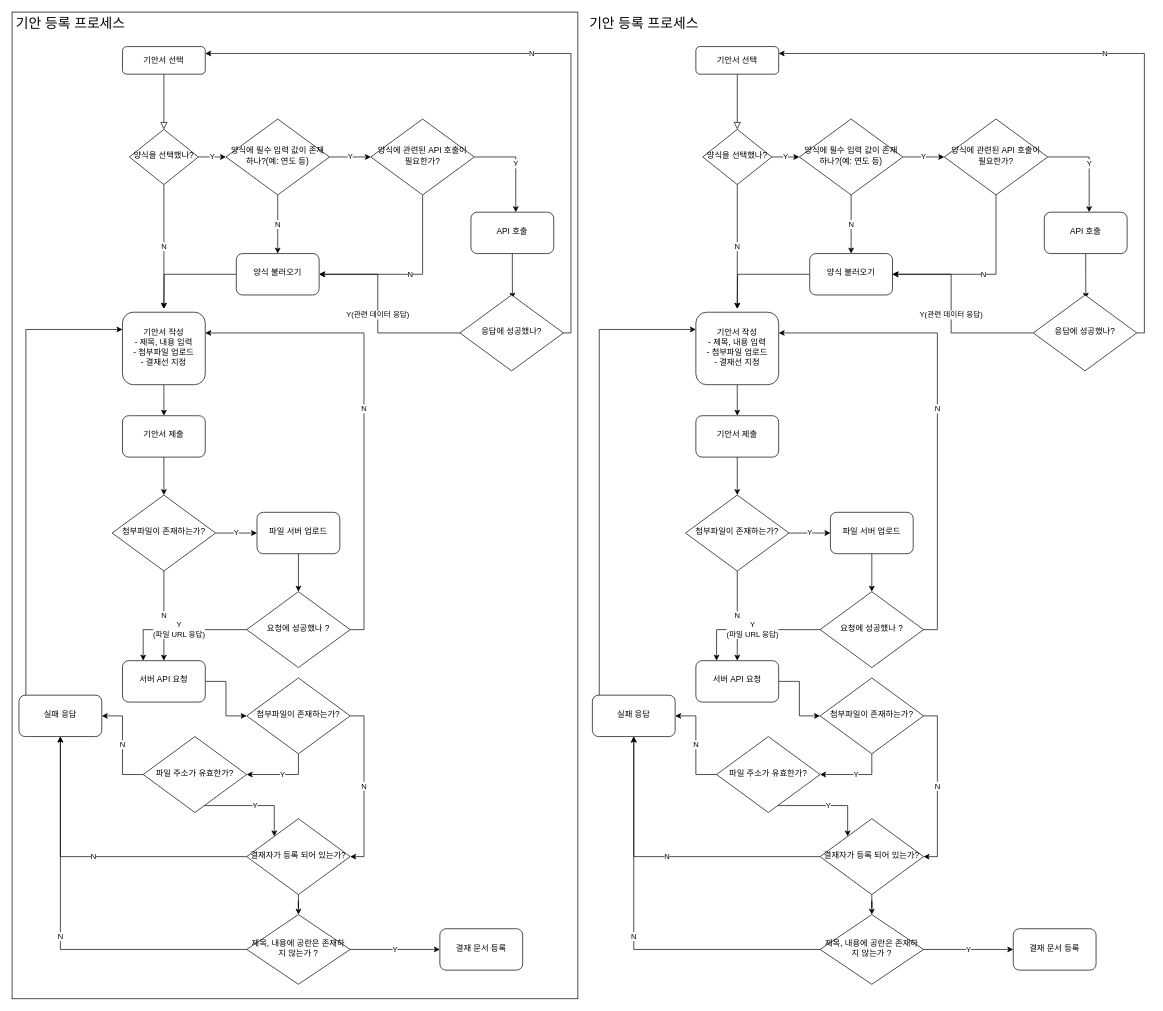
Before: approval_flow_chart.drawio in kikii-develope/system_architecture_design, a draw.io diagram. Source tidied: cells renumbered, new cells numbered last; positions are measured from the earlier drawing's top-left corner, leaving out a move shared by most shapes. Both pictures are drawn from the tidied source at 69%, with x=0, y=0 at pixel (12, 12).
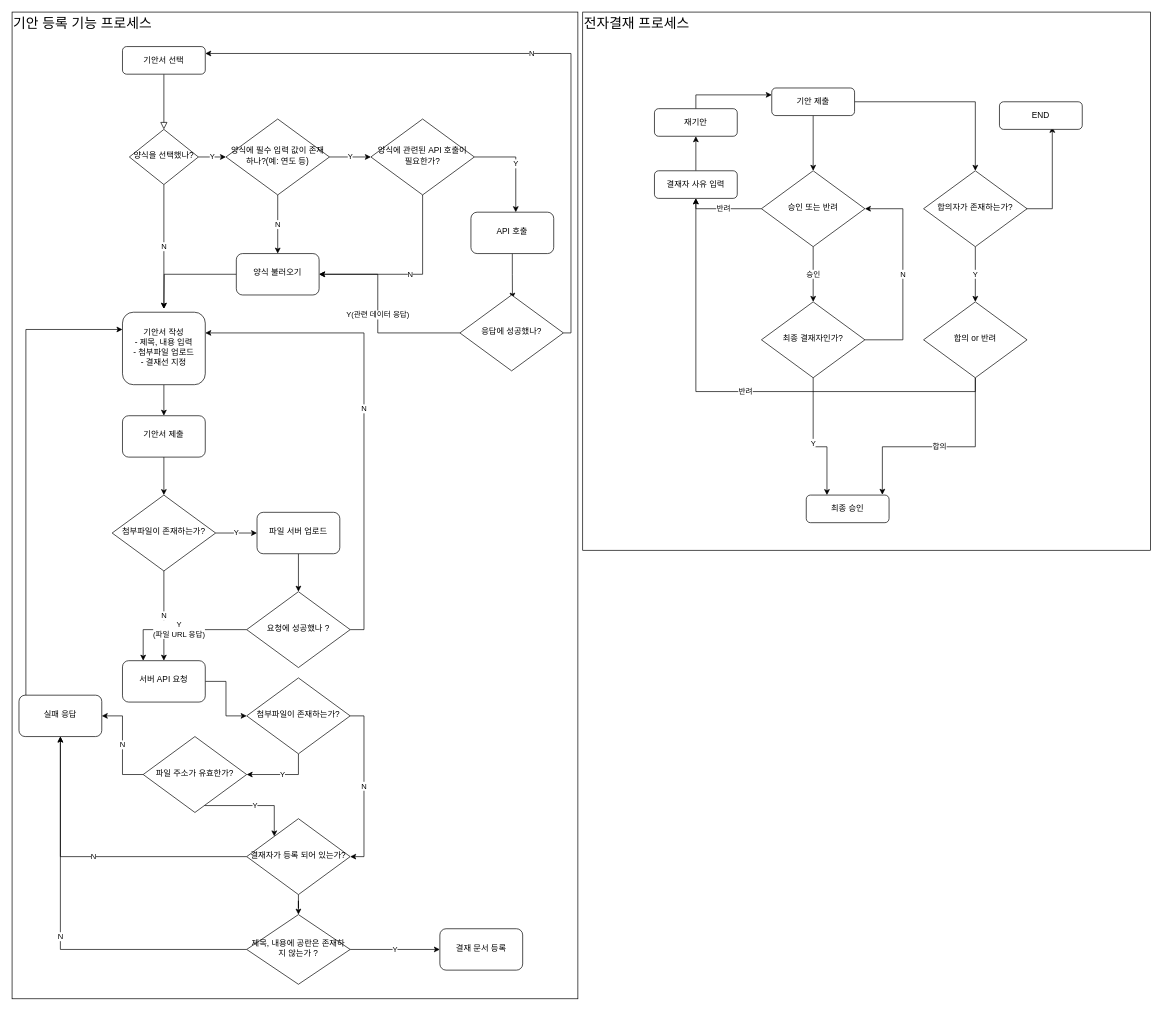
The same page after the edit.

Commit message:
전자결재 프로세스 플로우차트 설계

Unchanged cells that the change refers to:
```xml
<mxCell id="50" style="group;" parent="1" vertex="1">
  <mxGeometry width="820" height="1430" as="geometry" />
</mxCell>
```

The edit, as a diff of the source:
```diff
@@
-    <mxCell id="2" style="rounded=0;html=1;jettySize=auto;fontSize=11;endArrow=block;endFill=0;endSize=8;strokeWidth=1;shadow=0;labelBackgroundColor=none;edgeStyle=orthogonalEdgeStyle;" parent="1" edge="1" source="3" target="5">
-      <mxGeometry relative="1" as="geometry" />
-    </mxCell>
+    <mxCell id="100" style="rounded=0;whiteSpace=wrap;html=1;" parent="1" vertex="1">
+      <mxGeometry x="827" width="823" height="780" as="geometry" />
+    </mxCell>
+    <mxCell id="101" style="edgeStyle=orthogonalEdgeStyle;rounded=0;jettySize=auto;html=1;" parent="1" edge="1" source="3" target="105">
+      <mxGeometry relative="1" as="geometry" />
+    </mxCell>
+    <mxCell id="102" style="edgeStyle=orthogonalEdgeStyle;rounded=0;jettySize=auto;html=1;entryX=0.5;entryY=0;entryDx=0;entryDy=0;" parent="1" edge="1" source="3" target="115">
+      <mxGeometry relative="1" as="geometry" />
+    </mxCell>
-    <mxCell id="3" value="기안서 선택" style="rounded=1;whiteSpace=wrap;html=1;fontSize=12;glass=0;strokeWidth=1;shadow=0;" parent="1" vertex="1">
-      <mxGeometry x="991" y="50" width="120" height="40" as="geometry" />
+    <mxCell id="3" value="기안 제출" style="rounded=1;whiteSpace=wrap;html=1;fontSize=12;glass=0;strokeWidth=1;shadow=0;" parent="1" vertex="1">
+      <mxGeometry x="1101" y="110" width="120" height="40" as="geometry" />
     </mxCell>
-    <mxCell id="4" value="N" style="edgeStyle=orthogonalEdgeStyle;rounded=0;jettySize=auto;html=1;" parent="1" edge="1" source="5">
-      <mxGeometry relative="1" as="geometry">
-        <mxPoint x="1051" y="430" as="targetPoint" />
-      </mxGeometry>
-    </mxCell>
-    <mxCell id="5" value="양식을 선택했나?" style="rhombus;whiteSpace=wrap;html=1;shadow=0;fontFamily=Helvetica;fontSize=12;align=center;strokeWidth=1;spacing=6;spacingTop=-4;" parent="1" vertex="1">
-      <mxGeometry x="1001" y="170" width="100" height="80" as="geometry" />
-    </mxCell>
-    <mxCell id="6" value="N" style="edgeStyle=orthogonalEdgeStyle;rounded=0;jettySize=auto;html=1;" parent="1" edge="1" source="7" target="9">
-      <mxGeometry relative="1" as="geometry" />
-    </mxCell>
-    <mxCell id="7" value="양식에 필수 입력 값이 존재하나?(예: 연도 등)" style="rhombus;whiteSpace=wrap;html=1;shadow=0;fontFamily=Helvetica;fontSize=12;align=center;strokeWidth=1;spacing=6;spacingTop=-4;" parent="1" vertex="1">
-      <mxGeometry x="1141" y="155" width="150" height="110" as="geometry" />
-    </mxCell>
-    <mxCell id="8" style="edgeStyle=orthogonalEdgeStyle;rounded=0;jettySize=auto;html=1;" parent="1" edge="1" source="9">
-      <mxGeometry relative="1" as="geometry">
-        <mxPoint x="1051" y="430" as="targetPoint" />
-      </mxGeometry>
-    </mxCell>
-    <mxCell id="9" value="양식 불러오기" style="rounded=1;whiteSpace=wrap;html=1;shadow=0;strokeWidth=1;spacing=6;spacingTop=-4;" parent="1" vertex="1">
-      <mxGeometry x="1156" y="350" width="120" height="60" as="geometry" />
-    </mxCell>
-    <mxCell id="10" value="Y" style="edgeStyle=orthogonalEdgeStyle;rounded=0;jettySize=auto;html=1;entryX=0;entryY=0.5;entryDx=0;entryDy=0;" parent="1" edge="1" source="5" target="7">
-      <mxGeometry relative="1" as="geometry" />
-    </mxCell>
-    <mxCell id="11" value="Y" style="edgeStyle=orthogonalEdgeStyle;rounded=0;jettySize=auto;html=1;" parent="1" edge="1" source="7" target="13">
-      <mxGeometry relative="1" as="geometry" />
-    </mxCell>
-    <mxCell id="12" value="Y" style="edgeStyle=orthogonalEdgeStyle;rounded=0;jettySize=auto;html=1;" parent="1" edge="1" source="13" target="16">
-      <mxGeometry relative="1" as="geometry">
-        <Array as="points">
-          <mxPoint x="1561" y="210" />
-        </Array>
-      </mxGeometry>
-    </mxCell>
-    <mxCell id="13" value="양식에 관련된 API 호출이 필요한가?" style="rhombus;whiteSpace=wrap;html=1;shadow=0;fontFamily=Helvetica;fontSize=12;align=center;strokeWidth=1;spacing=6;spacingTop=-4;" parent="1" vertex="1">
-      <mxGeometry x="1351" y="155" width="150" height="110" as="geometry" />
-    </mxCell>
-    <mxCell id="14" value="N" style="edgeStyle=orthogonalEdgeStyle;rounded=0;jettySize=auto;html=1;entryX=1;entryY=0.5;entryDx=0;entryDy=0;" parent="1" edge="1" source="13" target="9">
-      <mxGeometry relative="1" as="geometry">
-        <Array as="points">
-          <mxPoint x="1426" y="380" />
-        </Array>
-      </mxGeometry>
-    </mxCell>
-    <mxCell id="15" style="edgeStyle=orthogonalEdgeStyle;rounded=0;jettySize=auto;html=1;entryX=0.508;entryY=0.048;entryDx=0;entryDy=0;entryPerimeter=0;" parent="1" edge="1" source="16" target="19">
-      <mxGeometry relative="1" as="geometry" />
-    </mxCell>
-    <mxCell id="16" value="API 호출" style="rounded=1;whiteSpace=wrap;html=1;shadow=0;strokeWidth=1;spacing=6;spacingTop=-4;" parent="1" vertex="1">
-      <mxGeometry x="1496" y="290" width="120" height="60" as="geometry" />
-    </mxCell>
-    <mxCell id="17" value="Y(관련 데이터 응답)" style="edgeStyle=orthogonalEdgeStyle;rounded=0;jettySize=auto;html=1;entryX=1;entryY=0.5;entryDx=0;entryDy=0;" parent="1" edge="1" source="19" target="9">
-      <mxGeometry relative="1" as="geometry">
-        <Array as="points">
-          <mxPoint x="1361" y="465" />
-          <mxPoint x="1361" y="380" />
-        </Array>
-      </mxGeometry>
-    </mxCell>
-    <mxCell id="18" value="N" style="edgeStyle=orthogonalEdgeStyle;rounded=0;jettySize=auto;html=1;entryX=1;entryY=0.25;entryDx=0;entryDy=0;" parent="1" edge="1" source="19" target="3">
-      <mxGeometry relative="1" as="geometry">
-        <Array as="points">
-          <mxPoint x="1641" y="465" />
-          <mxPoint x="1641" y="60" />
-        </Array>
-      </mxGeometry>
-    </mxCell>
-    <mxCell id="19" value="응답에 성공했나?" style="rhombus;whiteSpace=wrap;html=1;shadow=0;fontFamily=Helvetica;fontSize=12;align=center;strokeWidth=1;spacing=6;spacingTop=-4;" parent="1" vertex="1">
-      <mxGeometry x="1480" y="410" width="150" height="110" as="geometry" />
-    </mxCell>
-    <mxCell id="20" style="edgeStyle=orthogonalEdgeStyle;rounded=0;jettySize=auto;html=1;entryX=0.5;entryY=0;entryDx=0;entryDy=0;" parent="1" edge="1" source="21" target="23">
-      <mxGeometry relative="1" as="geometry" />
-    </mxCell>
-    <mxCell id="21" value="기안서 작성&lt;div&gt;- 제목, 내용 입력&lt;/div&gt;&lt;div&gt;- 첨부파일 업로드&lt;/div&gt;&lt;div&gt;- 결재선 지정&lt;/div&gt;" style="rounded=1;whiteSpace=wrap;html=1;shadow=0;strokeWidth=1;spacing=6;spacingTop=-4;align=center;" parent="1" vertex="1">
-      <mxGeometry x="991" y="435" width="120" height="105" as="geometry" />
-    </mxCell>
-    <mxCell id="22" style="edgeStyle=orthogonalEdgeStyle;rounded=0;jettySize=auto;html=1;entryX=0.5;entryY=0;entryDx=0;entryDy=0;" parent="1" edge="1" source="23" target="26">
-      <mxGeometry relative="1" as="geometry" />
-    </mxCell>
-    <mxCell id="23" value="기안서 제출" style="rounded=1;whiteSpace=wrap;html=1;shadow=0;strokeWidth=1;spacing=6;spacingTop=-4;" parent="1" vertex="1">
-      <mxGeometry x="991" y="585" width="120" height="60" as="geometry" />
-    </mxCell>
-    <mxCell id="24" value="Y" style="edgeStyle=orthogonalEdgeStyle;rounded=0;jettySize=auto;html=1;" parent="1" edge="1" source="26" target="28">
-      <mxGeometry relative="1" as="geometry" />
-    </mxCell>
-    <mxCell id="25" value="N" style="edgeStyle=orthogonalEdgeStyle;rounded=0;jettySize=auto;html=1;" parent="1" edge="1" source="26" target="30">
-      <mxGeometry relative="1" as="geometry" />
-    </mxCell>
-    <mxCell id="26" value="첨부파일이 존재하는가?" style="rhombus;whiteSpace=wrap;html=1;shadow=0;fontFamily=Helvetica;fontSize=12;align=center;strokeWidth=1;spacing=6;spacingTop=-4;" parent="1" vertex="1">
-      <mxGeometry x="976" y="700" width="150" height="110" as="geometry" />
-    </mxCell>
-    <mxCell id="27" style="edgeStyle=orthogonalEdgeStyle;rounded=0;jettySize=auto;html=1;entryX=0.5;entryY=0;entryDx=0;entryDy=0;" parent="1" edge="1" source="28" target="32">
-      <mxGeometry relative="1" as="geometry" />
-    </mxCell>
-    <mxCell id="28" value="파일 서버 업로드" style="rounded=1;whiteSpace=wrap;html=1;shadow=0;strokeWidth=1;spacing=6;spacingTop=-4;" parent="1" vertex="1">
-      <mxGeometry x="1186" y="725" width="120" height="60" as="geometry" />
-    </mxCell>
-    <mxCell id="29" style="edgeStyle=orthogonalEdgeStyle;rounded=0;jettySize=auto;html=1;" parent="1" edge="1" source="30" target="44">
-      <mxGeometry relative="1" as="geometry" />
-    </mxCell>
-    <mxCell id="30" value="서버 API 요청" style="rounded=1;whiteSpace=wrap;html=1;shadow=0;strokeWidth=1;spacing=6;spacingTop=-4;" parent="1" vertex="1">
-      <mxGeometry x="991" y="940" width="120" height="60" as="geometry" />
-    </mxCell>
-    <mxCell id="31" value="Y&lt;div&gt;(파일 URL 응답)&lt;/div&gt;" style="edgeStyle=orthogonalEdgeStyle;rounded=0;jettySize=auto;html=1;" parent="1" edge="1" source="32">
-      <mxGeometry relative="1" as="geometry">
-        <mxPoint x="1021" y="940" as="targetPoint" />
-        <Array as="points">
-          <mxPoint x="1021" y="895" />
-          <mxPoint x="1021" y="940" />
-        </Array>
-      </mxGeometry>
-    </mxCell>
-    <mxCell id="32" value="요청에 성공했나 ?" style="rhombus;whiteSpace=wrap;html=1;shadow=0;fontFamily=Helvetica;fontSize=12;align=center;strokeWidth=1;spacing=6;spacingTop=-4;" parent="1" vertex="1">
-      <mxGeometry x="1171" y="840" width="150" height="110" as="geometry" />
-    </mxCell>
-    <mxCell id="33" value="N" style="edgeStyle=orthogonalEdgeStyle;rounded=0;jettySize=auto;html=1;" parent="1" edge="1" source="32">
-      <mxGeometry relative="1" as="geometry">
-        <mxPoint x="1111" y="465" as="targetPoint" />
-        <Array as="points">
-          <mxPoint x="1341" y="895" />
-          <mxPoint x="1341" y="465" />
-        </Array>
-      </mxGeometry>
-    </mxCell>
-    <mxCell id="34" value="N" style="edgeStyle=orthogonalEdgeStyle;rounded=0;jettySize=auto;html=1;entryX=0.5;entryY=1;entryDx=0;entryDy=0;" parent="1" edge="1" source="36" target="37">
-      <mxGeometry relative="1" as="geometry" />
-    </mxCell>
-    <mxCell id="35" style="edgeStyle=orthogonalEdgeStyle;rounded=0;jettySize=auto;html=1;entryX=0.5;entryY=0;entryDx=0;entryDy=0;" parent="1" edge="1" source="36" target="41">
-      <mxGeometry relative="1" as="geometry" />
-    </mxCell>
-    <mxCell id="36" value="결재자가 등록 되어 있는가?" style="rhombus;whiteSpace=wrap;html=1;shadow=0;fontFamily=Helvetica;fontSize=12;align=center;strokeWidth=1;spacing=6;spacingTop=-4;" parent="1" vertex="1">
-      <mxGeometry x="1171" y="1169" width="150" height="110" as="geometry" />
-    </mxCell>
-    <mxCell id="37" value="실패 응답" style="rounded=1;whiteSpace=wrap;html=1;shadow=0;strokeWidth=1;spacing=6;spacingTop=-4;" parent="1" vertex="1">
-      <mxGeometry x="841" y="990" width="120" height="60" as="geometry" />
-    </mxCell>
-    <mxCell id="38" style="edgeStyle=orthogonalEdgeStyle;rounded=0;jettySize=auto;html=1;" parent="1" edge="1" source="37">
-      <mxGeometry relative="1" as="geometry">
-        <mxPoint x="991" y="460" as="targetPoint" />
-        <Array as="points">
-          <mxPoint x="851" y="460" />
-        </Array>
-      </mxGeometry>
-    </mxCell>
-    <mxCell id="39" value="N" style="edgeStyle=orthogonalEdgeStyle;rounded=0;jettySize=auto;html=1;entryX=0.5;entryY=1;entryDx=0;entryDy=0;" parent="1" edge="1" source="41" target="37">
-      <mxGeometry relative="1" as="geometry" />
-    </mxCell>
-    <mxCell id="40" value="Y" style="edgeStyle=orthogonalEdgeStyle;rounded=0;jettySize=auto;html=1;entryX=0;entryY=0.5;entryDx=0;entryDy=0;" parent="1" edge="1" source="41" target="48">
-      <mxGeometry relative="1" as="geometry" />
-    </mxCell>
-    <mxCell id="41" value="제목, 내용에 공란은 존재하지 않는가 ?" style="rhombus;whiteSpace=wrap;html=1;shadow=0;fontFamily=Helvetica;fontSize=12;align=center;strokeWidth=1;spacing=6;spacingTop=-4;" parent="1" vertex="1">
-      <mxGeometry x="1171" y="1308" width="150" height="101" as="geometry" />
-    </mxCell>
-    <mxCell id="42" value="Y" style="edgeStyle=orthogonalEdgeStyle;rounded=0;jettySize=auto;html=1;entryX=1;entryY=0.5;entryDx=0;entryDy=0;" parent="1" edge="1" source="44" target="47">
-      <mxGeometry relative="1" as="geometry" />
-    </mxCell>
-    <mxCell id="43" value="N" style="edgeStyle=orthogonalEdgeStyle;rounded=0;jettySize=auto;html=1;entryX=1;entryY=0.5;entryDx=0;entryDy=0;" parent="1" edge="1" source="44" target="36">
-      <mxGeometry relative="1" as="geometry">
-        <Array as="points">
-          <mxPoint x="1341" y="1020" />
-          <mxPoint x="1341" y="1224" />
-        </Array>
-      </mxGeometry>
-    </mxCell>
-    <mxCell id="44" value="첨부파일이 존재하는가?" style="rhombus;whiteSpace=wrap;html=1;shadow=0;fontFamily=Helvetica;fontSize=12;align=center;strokeWidth=1;spacing=6;spacingTop=-4;" parent="1" vertex="1">
-      <mxGeometry x="1171" y="965" width="150" height="110" as="geometry" />
-    </mxCell>
-    <mxCell id="45" value="N" style="edgeStyle=orthogonalEdgeStyle;rounded=0;jettySize=auto;html=1;" parent="1" edge="1" source="47" target="37">
-      <mxGeometry relative="1" as="geometry" />
-    </mxCell>
-    <mxCell id="46" value="Y" style="edgeStyle=orthogonalEdgeStyle;rounded=0;jettySize=auto;html=1;" parent="1" edge="1" source="47" target="36">
-      <mxGeometry relative="1" as="geometry">
-        <Array as="points">
-          <mxPoint x="1211" y="1150" />
-        </Array>
-      </mxGeometry>
-    </mxCell>
-    <mxCell id="47" value="파일 주소가 유효한가?" style="rhombus;whiteSpace=wrap;html=1;shadow=0;fontFamily=Helvetica;fontSize=12;align=center;strokeWidth=1;spacing=6;spacingTop=-4;" parent="1" vertex="1">
-      <mxGeometry x="1021" y="1050" width="150" height="110" as="geometry" />
-    </mxCell>
-    <mxCell id="48" value="결재 문서 등록" style="rounded=1;whiteSpace=wrap;html=1;shadow=0;strokeWidth=1;spacing=6;spacingTop=-4;" parent="1" vertex="1">
-      <mxGeometry x="1451" y="1328.5" width="120" height="60" as="geometry" />
-    </mxCell>
-    <mxCell id="49" value="기안 등록 프로세스" style="text;html=1;align=center;verticalAlign=middle;whiteSpace=wrap;rounded=0;fontSize=20;" parent="1" vertex="1">
-      <mxGeometry x="831" width="170" height="30" as="geometry" />
+    <mxCell id="49" value="전자결재 프로세스" style="text;html=1;align=left;verticalAlign=middle;whiteSpace=wrap;rounded=0;fontSize=20;" parent="1" vertex="1">
+      <mxGeometry x="827" width="299" height="30" as="geometry" />
     </mxCell>
@@
-    <mxCell id="99" value="기안 등록 프로세스" style="text;html=1;align=center;verticalAlign=middle;whiteSpace=wrap;rounded=0;fontSize=20;" parent="50" vertex="1">
-      <mxGeometry width="170" height="30" as="geometry" />
+    <mxCell id="99" value="기안 등록 기능 프로세스" style="text;html=1;align=left;verticalAlign=middle;whiteSpace=wrap;rounded=0;fontSize=20;" parent="50" vertex="1">
+      <mxGeometry width="240" height="30" as="geometry" />
     </mxCell>
+    <mxCell id="103" value="승인" style="edgeStyle=orthogonalEdgeStyle;rounded=0;jettySize=auto;html=1;" parent="1" edge="1" source="105" target="108">
+      <mxGeometry relative="1" as="geometry" />
+    </mxCell>
+    <mxCell id="104" value="반려" style="edgeStyle=orthogonalEdgeStyle;rounded=0;jettySize=auto;html=1;entryX=0.5;entryY=1;entryDx=0;entryDy=0;" parent="1" edge="1" source="105" target="110">
+      <mxGeometry relative="1" as="geometry">
+        <Array as="points">
+          <mxPoint x="991" y="285" />
+        </Array>
+      </mxGeometry>
+    </mxCell>
+    <mxCell id="105" value="승인 또는 반려" style="rhombus;whiteSpace=wrap;html=1;shadow=0;fontFamily=Helvetica;fontSize=12;align=center;strokeWidth=1;spacing=6;spacingTop=-4;" parent="1" vertex="1">
+      <mxGeometry x="1086" y="230" width="150" height="110" as="geometry" />
+    </mxCell>
+    <mxCell id="106" value="N" style="edgeStyle=orthogonalEdgeStyle;rounded=0;jettySize=auto;html=1;entryX=1;entryY=0.5;entryDx=0;entryDy=0;" parent="1" edge="1" source="108" target="105">
+      <mxGeometry relative="1" as="geometry">
+        <Array as="points">
+          <mxPoint x="1291" y="475" />
+          <mxPoint x="1291" y="285" />
+        </Array>
+      </mxGeometry>
+    </mxCell>
+    <mxCell id="107" value="Y" style="edgeStyle=orthogonalEdgeStyle;rounded=0;jettySize=auto;html=1;entryX=0.25;entryY=0;entryDx=0;entryDy=0;" parent="1" edge="1" source="108" target="120">
+      <mxGeometry relative="1" as="geometry">
+        <Array as="points">
+          <mxPoint x="1161" y="630" />
+          <mxPoint x="1181" y="630" />
+        </Array>
+      </mxGeometry>
+    </mxCell>
+    <mxCell id="108" value="최종 결재자인가?" style="rhombus;whiteSpace=wrap;html=1;shadow=0;fontFamily=Helvetica;fontSize=12;align=center;strokeWidth=1;spacing=6;spacingTop=-4;" parent="1" vertex="1">
+      <mxGeometry x="1086" y="420" width="150" height="110" as="geometry" />
+    </mxCell>
+    <mxCell id="109" style="edgeStyle=orthogonalEdgeStyle;rounded=0;jettySize=auto;html=1;" parent="1" edge="1" source="110" target="112">
+      <mxGeometry relative="1" as="geometry" />
+    </mxCell>
+    <mxCell id="110" value="결재자 사유 입력" style="rounded=1;whiteSpace=wrap;html=1;fontSize=12;glass=0;strokeWidth=1;shadow=0;" parent="1" vertex="1">
+      <mxGeometry x="931" y="230" width="120" height="40" as="geometry" />
+    </mxCell>
+    <mxCell id="111" style="edgeStyle=orthogonalEdgeStyle;rounded=0;jettySize=auto;html=1;entryX=0;entryY=0.25;entryDx=0;entryDy=0;" parent="1" edge="1" source="112" target="3">
+      <mxGeometry relative="1" as="geometry">
+        <Array as="points">
+          <mxPoint x="991" y="120" />
+        </Array>
+      </mxGeometry>
+    </mxCell>
+    <mxCell id="112" value="재기안" style="rounded=1;whiteSpace=wrap;html=1;fontSize=12;glass=0;strokeWidth=1;shadow=0;" parent="1" vertex="1">
+      <mxGeometry x="931" y="140" width="120" height="40" as="geometry" />
+    </mxCell>
+    <mxCell id="113" value="Y" style="edgeStyle=orthogonalEdgeStyle;rounded=0;jettySize=auto;html=1;" parent="1" edge="1" source="115" target="118">
+      <mxGeometry relative="1" as="geometry" />
+    </mxCell>
+    <mxCell id="114" style="edgeStyle=orthogonalEdgeStyle;rounded=0;jettySize=auto;html=1;entryX=0.638;entryY=0.909;entryDx=0;entryDy=0;entryPerimeter=0;" parent="1" edge="1" target="119">
+      <mxGeometry relative="1" as="geometry">
+        <mxPoint x="1469" y="285" as="sourcePoint" />
+        <Array as="points">
+          <mxPoint x="1508" y="285" />
+        </Array>
+      </mxGeometry>
+    </mxCell>
+    <mxCell id="115" value="합의자가 존재하는가?" style="rhombus;whiteSpace=wrap;html=1;shadow=0;fontFamily=Helvetica;fontSize=12;align=center;strokeWidth=1;spacing=6;spacingTop=-4;" parent="1" vertex="1">
+      <mxGeometry x="1321" y="230" width="150" height="110" as="geometry" />
+    </mxCell>
+    <mxCell id="116" value="반려" style="edgeStyle=orthogonalEdgeStyle;rounded=0;jettySize=auto;html=1;entryX=0.5;entryY=1;entryDx=0;entryDy=0;" parent="1" edge="1" source="118" target="110">
+      <mxGeometry relative="1" as="geometry">
+        <Array as="points">
+          <mxPoint x="1396" y="550" />
+          <mxPoint x="991" y="550" />
+        </Array>
+      </mxGeometry>
+    </mxCell>
+    <mxCell id="117" value="합의" style="edgeStyle=orthogonalEdgeStyle;rounded=0;jettySize=auto;html=1;entryX=0.919;entryY=-0.012;entryDx=0;entryDy=0;entryPerimeter=0;" parent="1" edge="1" source="118" target="120">
+      <mxGeometry relative="1" as="geometry">
+        <Array as="points">
+          <mxPoint x="1396" y="630" />
+          <mxPoint x="1261" y="630" />
+        </Array>
+      </mxGeometry>
+    </mxCell>
+    <mxCell id="118" value="합의 or 반려" style="rhombus;whiteSpace=wrap;html=1;shadow=0;fontFamily=Helvetica;fontSize=12;align=center;strokeWidth=1;spacing=6;spacingTop=-4;" parent="1" vertex="1">
+      <mxGeometry x="1321" y="420" width="150" height="110" as="geometry" />
+    </mxCell>
+    <mxCell id="119" value="END" style="rounded=1;whiteSpace=wrap;html=1;fontSize=12;glass=0;strokeWidth=1;shadow=0;" parent="1" vertex="1">
+      <mxGeometry x="1431" y="130" width="120" height="40" as="geometry" />
+    </mxCell>
+    <mxCell id="120" value="최종 승인" style="rounded=1;whiteSpace=wrap;html=1;fontSize=12;glass=0;strokeWidth=1;shadow=0;" parent="1" vertex="1">
+      <mxGeometry x="1151" y="700" width="120" height="40" as="geometry" />
+    </mxCell>
```
